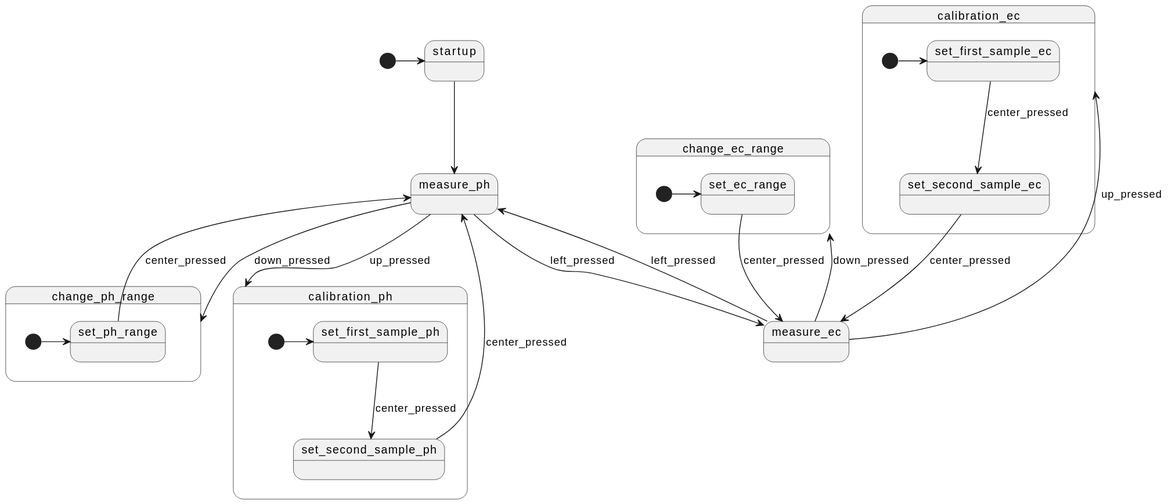
Before: schems/state_chart/work_schem.svg, a diagram exported from PlantUML (InzynierDomu/PhECMeter).
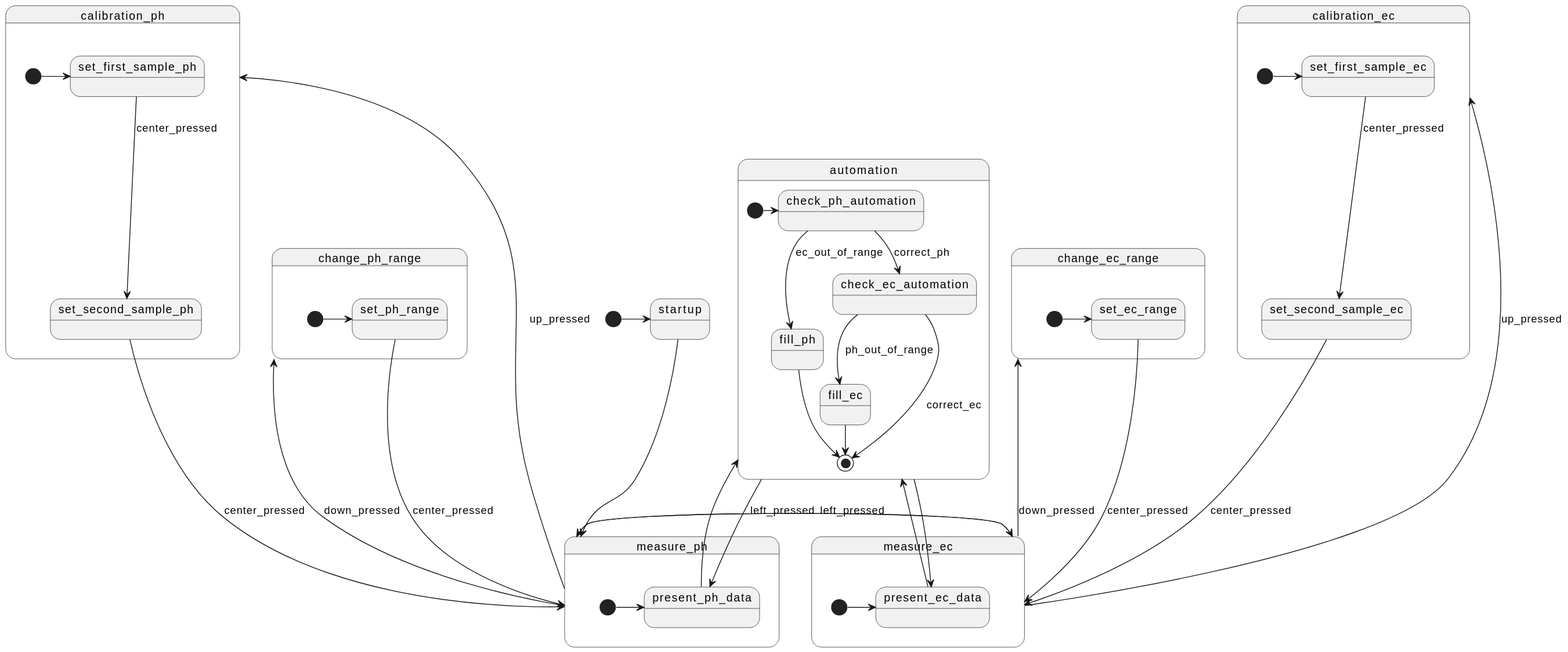
Later version of the same file.

Diff of the diagram source:
```diff
@@ -29,4 +29,26 @@
     [*] -> set_ec_range
     set_ec_range --> measure_ec : center_pressed
 }
+
+state measure_ph{
+    [*] -> present_ph_data
+    present_ph_data --> automation
+    automation --> present_ph_data
+}
+
+state measure_ec{
+    [*] -> present_ec_data
+    present_ec_data --> automation
+    automation --> present_ec_data
+}
+
+state automation{
+    [*] -> check_ph_automation
+    check_ph_automation --> fill_ph : ec_out_of_range
+    check_ph_automation --> check_ec_automation : correct_ph
+    check_ec_automation --> fill_ec : ph_out_of_range
+    check_ec_automation --> [*] : correct_ec
+    fill_ph --> [*]
+    fill_ec --> [*]
+}
 @enduml
```
